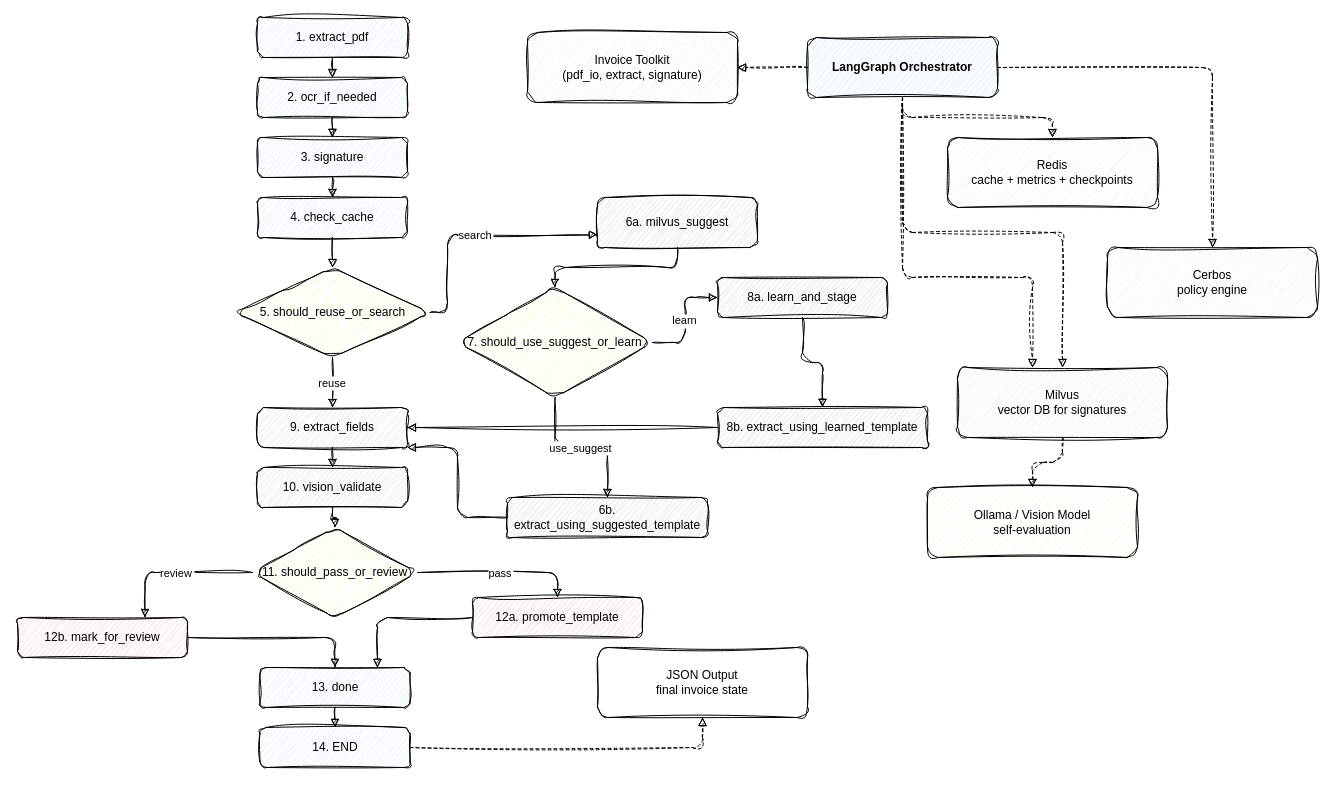
The draw.io diagram invoice_hybrid_flow_arch.drawio in dhanuka84/local-secure-rag-invoice, before the edit. Source tidied: cells renumbered, new cells numbered last; positions are measured from the earlier drawing's top-left corner, leaving out a move shared by most shapes. Both pictures are drawn from the tidied source at 100%, with x=0, y=0 at pixel (17, 17).
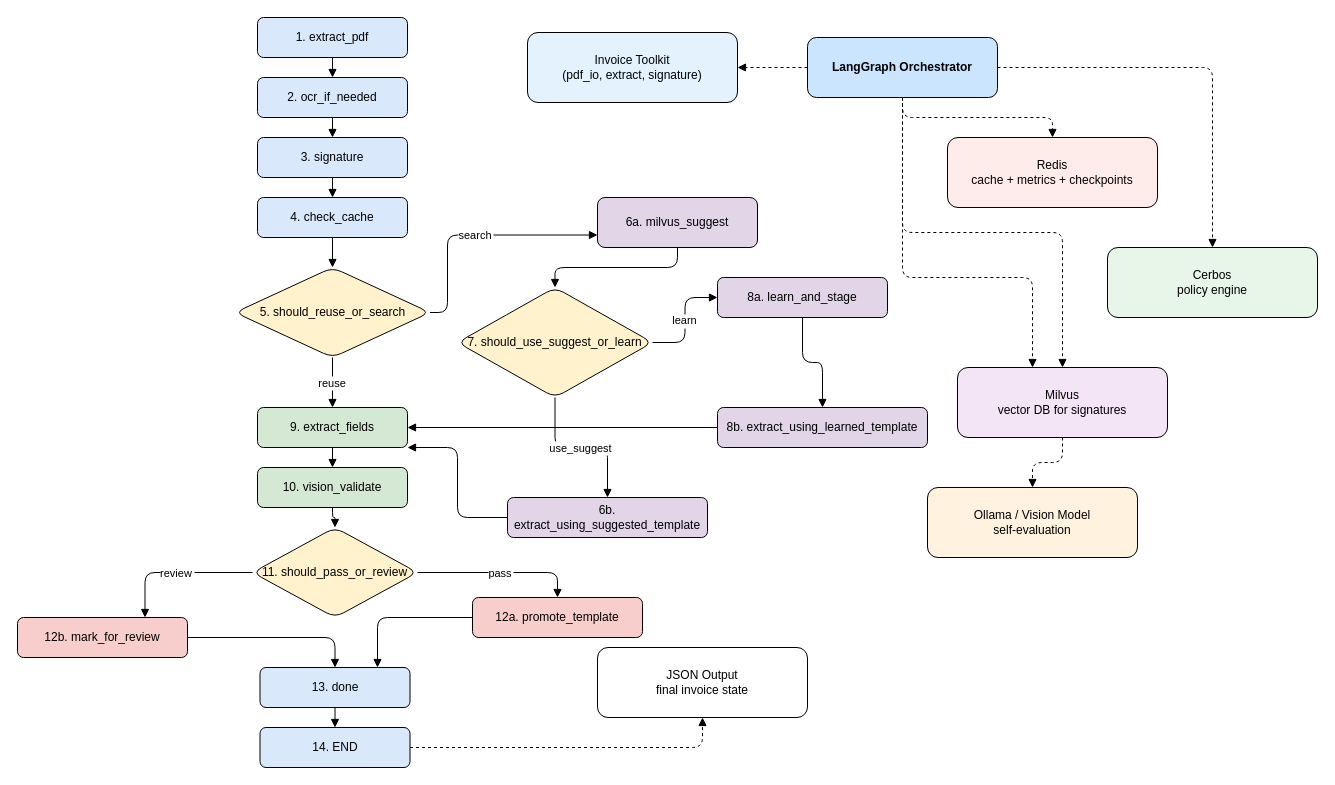
After the change.

Change to the diagram source:
```diff
@@
-    <mxCell id="2" value="1. extract_pdf" style="rounded=1;whiteSpace=wrap;html=1;fillColor=#dae8fc;sketch=1;curveFitting=1;jiggle=2;" parent="1" vertex="1">
+    <mxCell id="2" value="1. extract_pdf" style="rounded=1;whiteSpace=wrap;html=1;fillColor=#dae8fc;" parent="1" vertex="1">
       <mxGeometry x="240" width="150" height="40" as="geometry" />
     </mxCell>
-    <mxCell id="3" value="2. ocr_if_needed" style="rounded=1;whiteSpace=wrap;html=1;fillColor=#dae8fc;sketch=1;curveFitting=1;jiggle=2;" parent="1" vertex="1">
+    <mxCell id="3" value="2. ocr_if_needed" style="rounded=1;whiteSpace=wrap;html=1;fillColor=#dae8fc;" parent="1" vertex="1">
       <mxGeometry x="240" y="60" width="150" height="40" as="geometry" />
     </mxCell>
-    <mxCell id="4" value="3. signature" style="rounded=1;whiteSpace=wrap;html=1;fillColor=#dae8fc;sketch=1;curveFitting=1;jiggle=2;" parent="1" vertex="1">
+    <mxCell id="4" value="3. signature" style="rounded=1;whiteSpace=wrap;html=1;fillColor=#dae8fc;" parent="1" vertex="1">
       <mxGeometry x="240" y="120" width="150" height="40" as="geometry" />
     </mxCell>
-    <mxCell id="5" value="4. check_cache" style="rounded=1;whiteSpace=wrap;html=1;fillColor=#dae8fc;sketch=1;curveFitting=1;jiggle=2;" parent="1" vertex="1">
+    <mxCell id="5" value="4. check_cache" style="rounded=1;whiteSpace=wrap;html=1;fillColor=#dae8fc;" parent="1" vertex="1">
       <mxGeometry x="240" y="180" width="150" height="40" as="geometry" />
     </mxCell>
-    <mxCell id="6" value="5. should_reuse_or_search" style="rhombus;whiteSpace=wrap;html=1;fillColor=#fff2cc;sketch=1;curveFitting=1;jiggle=2;rounded=1;" parent="1" vertex="1">
+    <mxCell id="6" value="5. should_reuse_or_search" style="rhombus;whiteSpace=wrap;html=1;fillColor=#fff2cc;rounded=1;" parent="1" vertex="1">
       <mxGeometry x="217.5" y="250" width="195" height="90" as="geometry" />
     </mxCell>
-    <mxCell id="7" value="6a. milvus_suggest" style="rounded=1;whiteSpace=wrap;html=1;fillColor=#e1d5e7;sketch=1;curveFitting=1;jiggle=2;" parent="1" vertex="1">
+    <mxCell id="7" value="6a. milvus_suggest" style="rounded=1;whiteSpace=wrap;html=1;fillColor=#e1d5e7;" parent="1" vertex="1">
       <mxGeometry x="580" y="180" width="160" height="50" as="geometry" />
     </mxCell>
-    <mxCell id="8" value="7. should_use_suggest_or_learn" style="rhombus;whiteSpace=wrap;html=1;fillColor=#fff2cc;sketch=1;curveFitting=1;jiggle=2;rounded=1;" parent="1" vertex="1">
+    <mxCell id="8" value="7. should_use_suggest_or_learn" style="rhombus;whiteSpace=wrap;html=1;fillColor=#fff2cc;rounded=1;" parent="1" vertex="1">
       <mxGeometry x="440" y="270" width="195" height="110" as="geometry" />
     </mxCell>
-    <mxCell id="9" value="6b. extract_using_suggested_template" style="rounded=1;whiteSpace=wrap;html=1;fillColor=#e1d5e7;sketch=1;curveFitting=1;jiggle=2;" parent="1" vertex="1">
+    <mxCell id="9" value="6b. extract_using_suggested_template" style="rounded=1;whiteSpace=wrap;html=1;fillColor=#e1d5e7;" parent="1" vertex="1">
       <mxGeometry x="490" y="480" width="200" height="40" as="geometry" />
     </mxCell>
-    <mxCell id="10" value="8a. learn_and_stage" style="rounded=1;whiteSpace=wrap;html=1;fillColor=#e1d5e7;sketch=1;curveFitting=1;jiggle=2;" parent="1" vertex="1">
+    <mxCell id="10" value="8a. learn_and_stage" style="rounded=1;whiteSpace=wrap;html=1;fillColor=#e1d5e7;" parent="1" vertex="1">
       <mxGeometry x="700" y="260" width="170" height="40" as="geometry" />
     </mxCell>
-    <mxCell id="11" value="8b. extract_using_learned_template" style="rounded=1;whiteSpace=wrap;html=1;fillColor=#e1d5e7;sketch=1;curveFitting=1;jiggle=2;" parent="1" vertex="1">
+    <mxCell id="11" value="8b. extract_using_learned_template" style="rounded=1;whiteSpace=wrap;html=1;fillColor=#e1d5e7;" parent="1" vertex="1">
       <mxGeometry x="700" y="390" width="210" height="40" as="geometry" />
     </mxCell>
-    <mxCell id="12" value="9. extract_fields" style="rounded=1;whiteSpace=wrap;html=1;fillColor=#d5e8d4;sketch=1;curveFitting=1;jiggle=2;" parent="1" vertex="1">
+    <mxCell id="12" value="9. extract_fields" style="rounded=1;whiteSpace=wrap;html=1;fillColor=#d5e8d4;" parent="1" vertex="1">
       <mxGeometry x="240" y="390" width="150" height="40" as="geometry" />
     </mxCell>
-    <mxCell id="13" value="10. vision_validate" style="rounded=1;whiteSpace=wrap;html=1;fillColor=#d5e8d4;sketch=1;curveFitting=1;jiggle=2;" parent="1" vertex="1">
+    <mxCell id="13" value="10. vision_validate" style="rounded=1;whiteSpace=wrap;html=1;fillColor=#d5e8d4;" parent="1" vertex="1">
       <mxGeometry x="240" y="450" width="150" height="40" as="geometry" />
     </mxCell>
-    <mxCell id="14" value="11. should_pass_or_review" style="rhombus;whiteSpace=wrap;html=1;fillColor=#fff2cc;sketch=1;curveFitting=1;jiggle=2;rounded=1;" parent="1" vertex="1">
+    <mxCell id="14" value="11. should_pass_or_review" style="rhombus;whiteSpace=wrap;html=1;fillColor=#fff2cc;rounded=1;" parent="1" vertex="1">
       <mxGeometry x="235" y="510" width="165" height="90" as="geometry" />
     </mxCell>
-    <mxCell id="15" value="12a. promote_template" style="rounded=1;whiteSpace=wrap;html=1;fillColor=#f8cecc;sketch=1;curveFitting=1;jiggle=2;" parent="1" vertex="1">
+    <mxCell id="15" value="12a. promote_template" style="rounded=1;whiteSpace=wrap;html=1;fillColor=#f8cecc;" parent="1" vertex="1">
       <mxGeometry x="455" y="580" width="170" height="40" as="geometry" />
     </mxCell>
-    <mxCell id="16" value="12b. mark_for_review" style="rounded=1;whiteSpace=wrap;html=1;fillColor=#f8cecc;sketch=1;curveFitting=1;jiggle=2;" parent="1" vertex="1">
+    <mxCell id="16" value="12b. mark_for_review" style="rounded=1;whiteSpace=wrap;html=1;fillColor=#f8cecc;" parent="1" vertex="1">
       <mxGeometry y="600" width="170" height="40" as="geometry" />
     </mxCell>
-    <mxCell id="17" value="13. done" style="rounded=1;whiteSpace=wrap;html=1;fillColor=#dae8fc;sketch=1;curveFitting=1;jiggle=2;" parent="1" vertex="1">
+    <mxCell id="17" value="13. done" style="rounded=1;whiteSpace=wrap;html=1;fillColor=#dae8fc;" parent="1" vertex="1">
       <mxGeometry x="242.5" y="650" width="150" height="40" as="geometry" />
     </mxCell>
-    <mxCell id="18" value="14. END" style="rounded=1;whiteSpace=wrap;html=1;fillColor=#dae8fc;sketch=1;curveFitting=1;jiggle=2;" parent="1" vertex="1">
+    <mxCell id="18" value="14. END" style="rounded=1;whiteSpace=wrap;html=1;fillColor=#dae8fc;" parent="1" vertex="1">
       <mxGeometry x="242.5" y="710" width="150" height="40" as="geometry" />
     </mxCell>
-    <mxCell id="19" value="LangGraph Orchestrator" style="rounded=1;whiteSpace=wrap;html=1;fillColor=#cce5ff;fontStyle=1;sketch=1;curveFitting=1;jiggle=2;" parent="1" vertex="1">
+    <mxCell id="19" value="LangGraph Orchestrator" style="rounded=1;whiteSpace=wrap;html=1;fillColor=#cce5ff;fontStyle=1;" parent="1" vertex="1">
       <mxGeometry x="790" y="20" width="190" height="60" as="geometry" />
     </mxCell>
-    <mxCell id="20" value="Invoice Toolkit&#10;(pdf_io, extract, signature)" style="rounded=1;whiteSpace=wrap;html=1;fillColor=#e3f2fd;sketch=1;curveFitting=1;jiggle=2;" parent="1" vertex="1">
+    <mxCell id="20" value="Invoice Toolkit&#10;(pdf_io, extract, signature)" style="rounded=1;whiteSpace=wrap;html=1;fillColor=#e3f2fd;" parent="1" vertex="1">
       <mxGeometry x="510" y="15" width="210" height="70" as="geometry" />
     </mxCell>
-    <mxCell id="21" value="Redis&#10;cache + metrics + checkpoints" style="rounded=1;whiteSpace=wrap;html=1;fillColor=#fdecea;sketch=1;curveFitting=1;jiggle=2;" parent="1" vertex="1">
+    <mxCell id="21" value="Redis&#10;cache + metrics + checkpoints" style="rounded=1;whiteSpace=wrap;html=1;fillColor=#fdecea;" parent="1" vertex="1">
       <mxGeometry x="930" y="120" width="210" height="70" as="geometry" />
     </mxCell>
-    <mxCell id="22" value="Cerbos&#10;policy engine" style="rounded=1;whiteSpace=wrap;html=1;fillColor=#e8f5e9;sketch=1;curveFitting=1;jiggle=2;" parent="1" vertex="1">
+    <mxCell id="22" value="Cerbos&#10;policy engine" style="rounded=1;whiteSpace=wrap;html=1;fillColor=#e8f5e9;" parent="1" vertex="1">
       <mxGeometry x="1090" y="230" width="210" height="70" as="geometry" />
     </mxCell>
-    <mxCell id="23" value="Ollama / Vision Model&#10;self-evaluation" style="rounded=1;whiteSpace=wrap;html=1;fillColor=#fff3e0;sketch=1;curveFitting=1;jiggle=2;" parent="1" vertex="1">
+    <mxCell id="23" value="Ollama / Vision Model&#10;self-evaluation" style="rounded=1;whiteSpace=wrap;html=1;fillColor=#fff3e0;" parent="1" vertex="1">
       <mxGeometry x="910" y="470" width="210" height="70" as="geometry" />
     </mxCell>
-    <mxCell id="24" value="JSON Output&#10;final invoice state" style="rounded=1;whiteSpace=wrap;html=1;fillColor=#ffffff;sketch=1;curveFitting=1;jiggle=2;" parent="1" vertex="1">
+    <mxCell id="24" value="JSON Output&#10;final invoice state" style="rounded=1;whiteSpace=wrap;html=1;fillColor=#ffffff;" parent="1" vertex="1">
       <mxGeometry x="580" y="630" width="210" height="70" as="geometry" />
     </mxCell>
-    <mxCell id="25" style="edgeStyle=orthogonalEdgeStyle;rounded=1;endArrow=block;sketch=1;curveFitting=1;jiggle=2;" parent="1" edge="1" source="2" target="3">
+    <mxCell id="25" style="edgeStyle=orthogonalEdgeStyle;rounded=1;endArrow=block;" parent="1" edge="1" source="2" target="3">
       <mxGeometry relative="1" as="geometry" />
     </mxCell>
-    <mxCell id="26" style="edgeStyle=orthogonalEdgeStyle;rounded=1;endArrow=block;sketch=1;curveFitting=1;jiggle=2;" parent="1" edge="1" source="3" target="4">
+    <mxCell id="26" style="edgeStyle=orthogonalEdgeStyle;rounded=1;endArrow=block;" parent="1" edge="1" source="3" target="4">
       <mxGeometry relative="1" as="geometry" />
     </mxCell>
-    <mxCell id="27" style="edgeStyle=orthogonalEdgeStyle;rounded=1;endArrow=block;sketch=1;curveFitting=1;jiggle=2;" parent="1" edge="1" source="4" target="5">
+    <mxCell id="27" style="edgeStyle=orthogonalEdgeStyle;rounded=1;endArrow=block;" parent="1" edge="1" source="4" target="5">
       <mxGeometry relative="1" as="geometry" />
     </mxCell>
-    <mxCell id="28" style="edgeStyle=orthogonalEdgeStyle;rounded=1;endArrow=block;sketch=1;curveFitting=1;jiggle=2;" parent="1" edge="1" source="5" target="6">
+    <mxCell id="28" style="edgeStyle=orthogonalEdgeStyle;rounded=1;endArrow=block;" parent="1" edge="1" source="5" target="6">
       <mxGeometry relative="1" as="geometry" />
     </mxCell>
-    <mxCell id="29" value="reuse" style="edgeStyle=orthogonalEdgeStyle;rounded=1;endArrow=block;sketch=1;curveFitting=1;jiggle=2;" parent="1" edge="1" source="6" target="12">
+    <mxCell id="29" value="reuse" style="edgeStyle=orthogonalEdgeStyle;rounded=1;endArrow=block;" parent="1" edge="1" source="6" target="12">
       <mxGeometry relative="1" as="geometry" />
     </mxCell>
-    <mxCell id="30" value="search" style="edgeStyle=orthogonalEdgeStyle;rounded=1;endArrow=block;entryX=0;entryY=0.75;entryDx=0;entryDy=0;exitX=1;exitY=0.5;exitDx=0;exitDy=0;sketch=1;curveFitting=1;jiggle=2;" parent="1" edge="1" source="6" target="7">
+    <mxCell id="30" value="search" style="edgeStyle=orthogonalEdgeStyle;rounded=1;endArrow=block;entryX=0;entryY=0.75;entryDx=0;entryDy=0;exitX=1;exitY=0.5;exitDx=0;exitDy=0;" parent="1" edge="1" source="6" target="7">
       <mxGeometry relative="1" as="geometry">
         <Array as="points">
           <mxPoint x="430" y="295" />
           <mxPoint x="430" y="218" />
         </Array>
       </mxGeometry>
     </mxCell>
-    <mxCell id="31" style="edgeStyle=orthogonalEdgeStyle;rounded=1;endArrow=block;sketch=1;curveFitting=1;jiggle=2;" parent="1" edge="1" source="7" target="8">
+    <mxCell id="31" style="edgeStyle=orthogonalEdgeStyle;rounded=1;endArrow=block;" parent="1" edge="1" source="7" target="8">
       <mxGeometry relative="1" as="geometry" />
     </mxCell>
-    <mxCell id="32" value="use_suggest" style="edgeStyle=orthogonalEdgeStyle;rounded=1;endArrow=block;sketch=1;curveFitting=1;jiggle=2;" parent="1" edge="1" source="8" target="9">
+    <mxCell id="32" value="use_suggest" style="edgeStyle=orthogonalEdgeStyle;rounded=1;endArrow=block;" parent="1" edge="1" source="8" target="9">
       <mxGeometry relative="1" as="geometry" />
     </mxCell>
-    <mxCell id="33" value="learn" style="edgeStyle=orthogonalEdgeStyle;rounded=1;endArrow=block;sketch=1;curveFitting=1;jiggle=2;" parent="1" edge="1" source="8" target="10">
+    <mxCell id="33" value="learn" style="edgeStyle=orthogonalEdgeStyle;rounded=1;endArrow=block;" parent="1" edge="1" source="8" target="10">
       <mxGeometry relative="1" as="geometry" />
     </mxCell>
-    <mxCell id="34" style="edgeStyle=orthogonalEdgeStyle;rounded=1;endArrow=block;sketch=1;curveFitting=1;jiggle=2;" parent="1" edge="1" source="10" target="11">
+    <mxCell id="34" style="edgeStyle=orthogonalEdgeStyle;rounded=1;endArrow=block;" parent="1" edge="1" source="10" target="11">
       <mxGeometry relative="1" as="geometry" />
     </mxCell>
-    <mxCell id="35" style="edgeStyle=orthogonalEdgeStyle;rounded=1;endArrow=block;entryX=1;entryY=1;entryDx=0;entryDy=0;sketch=1;curveFitting=1;jiggle=2;" parent="1" edge="1" source="9" target="12">
+    <mxCell id="35" style="edgeStyle=orthogonalEdgeStyle;rounded=1;endArrow=block;entryX=1;entryY=1;entryDx=0;entryDy=0;" parent="1" edge="1" source="9" target="12">
       <mxGeometry relative="1" as="geometry">
         <Array as="points">
           <mxPoint x="440" y="500" />
           <mxPoint x="440" y="430" />
         </Array>
       </mxGeometry>
     </mxCell>
-    <mxCell id="36" style="edgeStyle=orthogonalEdgeStyle;rounded=1;endArrow=block;sketch=1;curveFitting=1;jiggle=2;" parent="1" edge="1" source="11" target="12">
+    <mxCell id="36" style="edgeStyle=orthogonalEdgeStyle;rounded=1;endArrow=block;" parent="1" edge="1" source="11" target="12">
       <mxGeometry relative="1" as="geometry" />
     </mxCell>
-    <mxCell id="37" style="edgeStyle=orthogonalEdgeStyle;rounded=1;endArrow=block;sketch=1;curveFitting=1;jiggle=2;" parent="1" edge="1" source="12" target="13">
+    <mxCell id="37" style="edgeStyle=orthogonalEdgeStyle;rounded=1;endArrow=block;" parent="1" edge="1" source="12" target="13">
       <mxGeometry relative="1" as="geometry" />
     </mxCell>
-    <mxCell id="38" style="edgeStyle=orthogonalEdgeStyle;rounded=1;endArrow=block;sketch=1;curveFitting=1;jiggle=2;" parent="1" edge="1" source="13" target="14">
+    <mxCell id="38" style="edgeStyle=orthogonalEdgeStyle;rounded=1;endArrow=block;" parent="1" edge="1" source="13" target="14">
       <mxGeometry relative="1" as="geometry" />
     </mxCell>
-    <mxCell id="39" value="pass" style="edgeStyle=orthogonalEdgeStyle;rounded=1;endArrow=block;entryX=0.5;entryY=0;entryDx=0;entryDy=0;sketch=1;curveFitting=1;jiggle=2;" parent="1" edge="1" source="14" target="15">
+    <mxCell id="39" value="pass" style="edgeStyle=orthogonalEdgeStyle;rounded=1;endArrow=block;entryX=0.5;entryY=0;entryDx=0;entryDy=0;" parent="1" edge="1" source="14" target="15">
       <mxGeometry relative="1" as="geometry" />
     </mxCell>
-    <mxCell id="40" value="review" style="edgeStyle=orthogonalEdgeStyle;rounded=1;endArrow=block;entryX=0.75;entryY=0;entryDx=0;entryDy=0;sketch=1;curveFitting=1;jiggle=2;" parent="1" edge="1" source="14" target="16">
+    <mxCell id="40" value="review" style="edgeStyle=orthogonalEdgeStyle;rounded=1;endArrow=block;entryX=0.75;entryY=0;entryDx=0;entryDy=0;" parent="1" edge="1" source="14" target="16">
       <mxGeometry relative="1" as="geometry" />
     </mxCell>
-    <mxCell id="41" style="edgeStyle=orthogonalEdgeStyle;rounded=1;endArrow=block;sketch=1;curveFitting=1;jiggle=2;" parent="1" edge="1" source="15" target="17">
+    <mxCell id="41" style="edgeStyle=orthogonalEdgeStyle;rounded=1;endArrow=block;" parent="1" edge="1" source="15" target="17">
       <mxGeometry relative="1" as="geometry">
         <Array as="points">
           <mxPoint x="360" y="600" />
         </Array>
       </mxGeometry>
     </mxCell>
-    <mxCell id="42" style="edgeStyle=orthogonalEdgeStyle;rounded=1;endArrow=block;sketch=1;curveFitting=1;jiggle=2;" parent="1" edge="1" source="16" target="17">
+    <mxCell id="42" style="edgeStyle=orthogonalEdgeStyle;rounded=1;endArrow=block;" parent="1" edge="1" source="16" target="17">
       <mxGeometry relative="1" as="geometry" />
     </mxCell>
-    <mxCell id="43" style="edgeStyle=orthogonalEdgeStyle;rounded=1;endArrow=block;sketch=1;curveFitting=1;jiggle=2;" parent="1" edge="1" source="17" target="18">
+    <mxCell id="43" style="edgeStyle=orthogonalEdgeStyle;rounded=1;endArrow=block;" parent="1" edge="1" source="17" target="18">
       <mxGeometry relative="1" as="geometry" />
     </mxCell>
-    <mxCell id="44" style="edgeStyle=orthogonalEdgeStyle;rounded=1;endArrow=block;dashed=1;sketch=1;curveFitting=1;jiggle=2;" parent="1" edge="1" source="19" target="20">
+    <mxCell id="44" style="edgeStyle=orthogonalEdgeStyle;rounded=1;endArrow=block;dashed=1;" parent="1" edge="1" source="19" target="20">
       <mxGeometry relative="1" as="geometry" />
     </mxCell>
-    <mxCell id="45" style="edgeStyle=orthogonalEdgeStyle;rounded=1;endArrow=block;dashed=1;sketch=1;curveFitting=1;jiggle=2;" parent="1" edge="1" source="19" target="21">
+    <mxCell id="45" style="edgeStyle=orthogonalEdgeStyle;rounded=1;endArrow=block;dashed=1;" parent="1" edge="1" source="19" target="21">
       <mxGeometry relative="1" as="geometry" />
     </mxCell>
-    <mxCell id="46" style="edgeStyle=orthogonalEdgeStyle;rounded=1;endArrow=block;dashed=1;sketch=1;curveFitting=1;jiggle=2;" parent="1" edge="1" source="19" target="51">
+    <mxCell id="46" style="edgeStyle=orthogonalEdgeStyle;rounded=1;endArrow=block;dashed=1;" parent="1" edge="1" source="19" target="51">
       <mxGeometry relative="1" as="geometry" />
     </mxCell>
-    <mxCell id="47" style="edgeStyle=orthogonalEdgeStyle;rounded=1;endArrow=block;dashed=1;sketch=1;curveFitting=1;jiggle=2;" parent="1" edge="1" source="19" target="22">
+    <mxCell id="47" style="edgeStyle=orthogonalEdgeStyle;rounded=1;endArrow=block;dashed=1;" parent="1" edge="1" source="19" target="22">
       <mxGeometry relative="1" as="geometry" />
     </mxCell>
-    <mxCell id="48" style="edgeStyle=orthogonalEdgeStyle;rounded=1;endArrow=block;dashed=1;sketch=1;curveFitting=1;jiggle=2;" parent="1" edge="1" source="51" target="23">
+    <mxCell id="48" style="edgeStyle=orthogonalEdgeStyle;rounded=1;endArrow=block;dashed=1;" parent="1" edge="1" source="51" target="23">
       <mxGeometry relative="1" as="geometry" />
     </mxCell>
-    <mxCell id="49" style="edgeStyle=orthogonalEdgeStyle;rounded=1;endArrow=block;dashed=1;sketch=1;curveFitting=1;jiggle=2;" parent="1" edge="1" source="18" target="24">
+    <mxCell id="49" style="edgeStyle=orthogonalEdgeStyle;rounded=1;endArrow=block;dashed=1;" parent="1" edge="1" source="18" target="24">
       <mxGeometry relative="1" as="geometry" />
     </mxCell>
-    <mxCell id="50" style="edgeStyle=orthogonalEdgeStyle;rounded=1;endArrow=block;dashed=1;sketch=1;curveFitting=1;jiggle=2;" parent="1" edge="1" source="19" target="51">
+    <mxCell id="50" style="edgeStyle=orthogonalEdgeStyle;rounded=1;endArrow=block;dashed=1;" parent="1" edge="1" source="19" target="51">
       <mxGeometry relative="1" as="geometry">
         <Array as="points">
           <mxPoint x="885" y="260" />
           <mxPoint x="1015" y="260" />
         </Array>
       </mxGeometry>
     </mxCell>
-    <mxCell id="51" value="Milvus&#10;vector DB for signatures" style="rounded=1;whiteSpace=wrap;html=1;fillColor=#f3e5f5;sketch=1;curveFitting=1;jiggle=2;" parent="1" vertex="1">
+    <mxCell id="51" value="Milvus&#10;vector DB for signatures" style="rounded=1;whiteSpace=wrap;html=1;fillColor=#f3e5f5;" parent="1" vertex="1">
       <mxGeometry x="940" y="350" width="210" height="70" as="geometry" />
     </mxCell>
```
